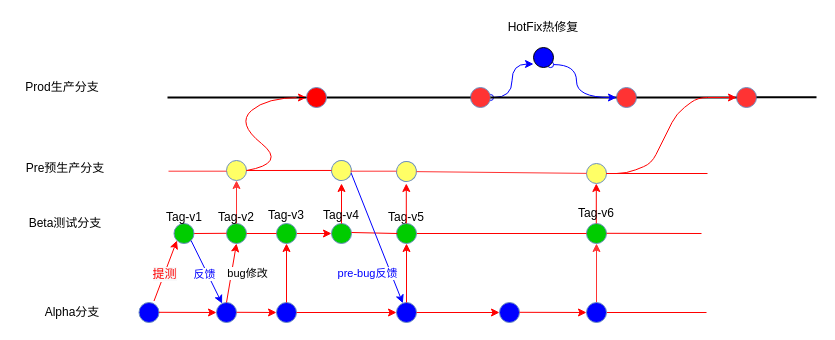
The draw.io diagram Untitled Diagram.drawio in Robbin-Liu/JavaSamples, before the edit. Source tidied: cells renumbered, new cells numbered last; positions are measured from the earlier drawing's top-left corner, leaving out a move shared by most shapes. Both pictures are drawn from the tidied source at 100%, with x=0, y=0 at pixel (17, 17).
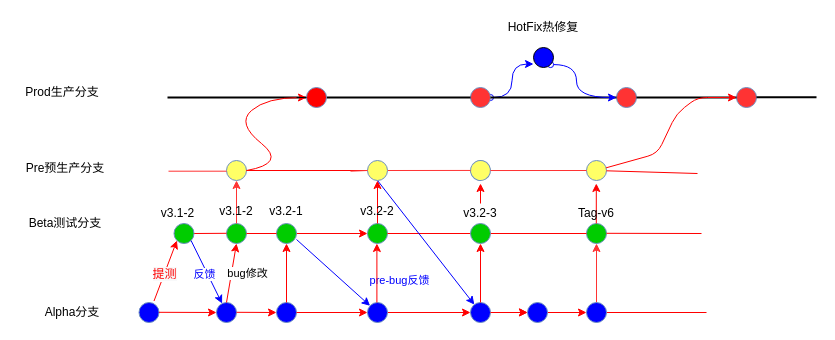
After the change.

The change refers to these unchanged cells:
```xml
<mxCell id="5" style="ellipse;whiteSpace=wrap;html=1;strokeColor=#6c8ebf;fillColor=#FF3333;" parent="1" vertex="1">
  <mxGeometry x="719" y="70" width="20" height="20" as="geometry" />
</mxCell>
<mxCell id="36" style="ellipse;whiteSpace=wrap;html=1;strokeColor=#6c8ebf;fillColor=#0000FF;" parent="1" vertex="1">
  <mxGeometry x="259" y="285" width="20" height="20" as="geometry" />
</mxCell>
<mxCell id="70" style="ellipse;whiteSpace=wrap;html=1;strokeColor=#6c8ebf;fillColor=#0000FF;" parent="1" vertex="1">
  <mxGeometry x="569" y="285" width="20" height="20" as="geometry" />
</mxCell>
```

Diff of the diagram source:
```diff
@@
-    <mxCell id="13" style="ellipse;whiteSpace=wrap;html=1;strokeColor=#6c8ebf;fillColor=#FFFF66;rotation=15;" parent="1" vertex="1">
-      <mxGeometry x="314" y="143" width="20" height="20" as="geometry" />
-    </mxCell>
@@
     <mxCell id="20" style="group;" parent="1" vertex="1">
-      <mxGeometry y="60" width="85" height="30" as="geometry" />
+      <mxGeometry y="65" width="85" height="30" as="geometry" />
     </mxCell>
@@
     <mxCell id="22" style="ellipse;whiteSpace=wrap;html=1;strokeColor=#6c8ebf;fillColor=#FFFF66;rotation=0;" parent="1" vertex="1">
-      <mxGeometry x="569" y="146" width="20" height="20" as="geometry" />
+      <mxGeometry x="569" y="143" width="20" height="20" as="geometry" />
     </mxCell>
-    <mxCell id="23" style="endArrow=none;html=1;strokeColor=#FF0000;strokeWidth=1;" parent="1" edge="1">
+    <mxCell id="23" style="endArrow=none;html=1;strokeColor=#FF0000;strokeWidth=1;" parent="1" edge="1" source="22">
       <mxGeometry relative="1" as="geometry">
-        <mxPoint x="589" y="156" as="sourcePoint" />
-        <mxPoint x="690" y="156" as="targetPoint" />
+        <mxPoint x="680" y="156" as="targetPoint" />
       </mxGeometry>
     </mxCell>
@@
     <mxCell id="25" style="ellipse;whiteSpace=wrap;html=1;strokeColor=#6c8ebf;fillColor=#00CC00;" parent="1" vertex="1">
-      <mxGeometry x="314" y="206" width="20" height="20" as="geometry" />
+      <mxGeometry x="350" y="206" width="20" height="20" as="geometry" />
     </mxCell>
@@
-    <mxCell id="27" style="endArrow=classic;html=1;strokeColor=#FF0000;strokeWidth=1;entryX=0;entryY=0.5;entryDx=0;entryDy=0;" parent="1" edge="1" target="5">
+    <mxCell id="27" style="endArrow=classic;html=1;strokeColor=#FF0000;strokeWidth=1;entryX=0;entryY=0.5;entryDx=0;entryDy=0;" parent="1" edge="1" source="22" target="5">
       <mxGeometry relative="1" as="geometry">
-        <mxPoint x="589" y="156" as="sourcePoint" />
         <Array as="points">
-          <mxPoint x="609" y="156" />
-          <mxPoint x="634" y="146" />
+          <mxPoint x="640" y="136" />
           <mxPoint x="659" y="96" />
           <mxPoint x="680" y="80" />
         </Array>
       </mxGeometry>
     </mxCell>
@@
-    <mxCell id="31" style="endArrow=classic;html=1;strokeColor=#FF0000;strokeWidth=1;entryX=0.5;entryY=1;entryDx=0;entryDy=0;" parent="1" edge="1">
+    <mxCell id="31" style="endArrow=classic;html=1;strokeColor=#FF0000;strokeWidth=1;entryX=0.5;entryY=1;entryDx=0;entryDy=0;exitX=0.5;exitY=0;exitDx=0;exitDy=0;" parent="1" edge="1" source="25">
       <mxGeometry relative="1" as="geometry">
-        <mxPoint x="324" y="206" as="sourcePoint" />
-        <mxPoint x="324" y="166" as="targetPoint" />
+        <mxPoint x="360" y="163" as="targetPoint" />
       </mxGeometry>
     </mxCell>
@@
     <mxCell id="37" style="ellipse;whiteSpace=wrap;html=1;strokeColor=#6c8ebf;fillColor=#0000FF;" parent="1" vertex="1">
-      <mxGeometry x="379" y="285" width="20" height="20" as="geometry" />
+      <mxGeometry x="453" y="285" width="20" height="20" as="geometry" />
     </mxCell>
-    <mxCell id="38" style="ellipse;whiteSpace=wrap;html=1;strokeColor=#6c8ebf;fillColor=#0000FF;" parent="1" vertex="1">
-      <mxGeometry x="482" y="285" width="20" height="20" as="geometry" />
-    </mxCell>
-    <mxCell id="39" style="endArrow=none;html=1;strokeColor=#FF0000;strokeWidth=1;" parent="1" edge="1" source="45">
-      <mxGeometry relative="1" as="geometry">
-        <mxPoint x="419" y="216" as="targetPoint" />
-      </mxGeometry>
+    <mxCell id="39" style="endArrow=none;html=1;strokeColor=#FF0000;strokeWidth=1;" parent="1" edge="1" source="45" target="25">
+      <mxGeometry relative="1" as="geometry" />
     </mxCell>
@@
-    <mxCell id="43" value="Tag-v5" style="text;html=1;strokeColor=none;fillColor=none;align=center;verticalAlign=middle;whiteSpace=wrap;rounded=0;" parent="1" vertex="1">
-      <mxGeometry x="369" y="190" width="40" height="20" as="geometry" />
-    </mxCell>
     <mxCell id="44" style="ellipse;whiteSpace=wrap;html=1;strokeColor=#6c8ebf;fillColor=#FFFF66;rotation=15;" parent="1" vertex="1">
-      <mxGeometry x="379" y="144" width="20" height="20" as="geometry" />
+      <mxGeometry x="453" y="143" width="20" height="20" as="geometry" />
     </mxCell>
     <mxCell id="45" style="ellipse;whiteSpace=wrap;html=1;strokeColor=#6c8ebf;fillColor=#00CC00;" parent="1" vertex="1">
-      <mxGeometry x="379" y="206" width="20" height="20" as="geometry" />
+      <mxGeometry x="453" y="206" width="20" height="20" as="geometry" />
     </mxCell>
-    <mxCell id="46" style="endArrow=none;html=1;strokeColor=#FF0000;strokeWidth=1;" parent="1" edge="1">
-      <mxGeometry relative="1" as="geometry">
-        <mxPoint x="334" y="215" as="sourcePoint" />
-        <mxPoint x="380" y="216" as="targetPoint" />
-      </mxGeometry>
-    </mxCell>
-    <mxCell id="47" style="endArrow=classic;html=1;strokeColor=#FF0000;strokeWidth=1;entryX=0.5;entryY=1;entryDx=0;entryDy=0;" parent="1" edge="1">
+    <mxCell id="47" style="endArrow=classic;html=1;strokeColor=#FF0000;strokeWidth=1;" parent="1" edge="1" source="43">
       <mxGeometry relative="1" as="geometry">
-        <mxPoint x="388.8" y="206" as="sourcePoint" />
-        <mxPoint x="388.8" y="166" as="targetPoint" />
+        <mxPoint x="463" y="166" as="targetPoint" />
       </mxGeometry>
     </mxCell>
@@
-    <mxCell id="57" style="endArrow=classic;html=1;strokeColor=#FF0000;strokeWidth=1;entryX=0;entryY=0.5;entryDx=0;entryDy=0;exitX=1;exitY=0.5;exitDx=0;exitDy=0;endFill=1;" parent="1" edge="1" source="36" target="37">
+    <mxCell id="57" style="endArrow=classic;html=1;strokeColor=#FF0000;strokeWidth=1;entryX=0;entryY=0.5;entryDx=0;entryDy=0;exitX=1;exitY=0.5;exitDx=0;exitDy=0;endFill=1;" parent="1" edge="1" source="85" target="37">
       <mxGeometry relative="1" as="geometry" />
     </mxCell>
@@
-    <mxCell id="59" style="endArrow=classic;html=1;strokeColor=#FF0000;strokeWidth=1;entryX=0;entryY=0.5;entryDx=0;entryDy=0;endFill=1;" parent="1" edge="1" target="70">
-      <mxGeometry relative="1" as="geometry">
-        <mxPoint x="502" y="294.8" as="sourcePoint" />
-      </mxGeometry>
+    <mxCell id="59" style="endArrow=classic;html=1;strokeColor=#FF0000;strokeWidth=1;entryX=0;entryY=0.5;entryDx=0;entryDy=0;endFill=1;" parent="1" edge="1" source="38" target="70">
+      <mxGeometry relative="1" as="geometry" />
     </mxCell>
@@
-    <mxCell id="62" value="Tag-v4" style="text;html=1;strokeColor=none;fillColor=none;align=center;verticalAlign=middle;whiteSpace=wrap;rounded=0;" parent="1" vertex="1">
-      <mxGeometry x="304" y="190" width="40" height="16" as="geometry" />
+    <mxCell id="62" value="v3.2-2" style="text;html=1;strokeColor=none;fillColor=none;align=center;verticalAlign=middle;whiteSpace=wrap;rounded=0;" parent="1" vertex="1">
+      <mxGeometry x="340" y="186" width="40" height="16" as="geometry" />
     </mxCell>
-    <mxCell id="63" style="endArrow=none;html=1;strokeColor=#FF0000;strokeWidth=1;" parent="1" edge="1" source="25" target="62">
-      <mxGeometry relative="1" as="geometry" />
-    </mxCell>
@@
-    <mxCell id="72" value="Tag-v1" style="text;html=1;strokeColor=none;fillColor=none;align=center;verticalAlign=middle;whiteSpace=wrap;rounded=0;" parent="1" vertex="1">
-      <mxGeometry x="146.5" y="190" width="40" height="20" as="geometry" />
+    <mxCell id="72" value="v3.1-2" style="text;html=1;strokeColor=none;fillColor=none;align=center;verticalAlign=middle;whiteSpace=wrap;rounded=0;" parent="1" vertex="1">
+      <mxGeometry x="121.5" y="186" width="76.5" height="20" as="geometry" />
     </mxCell>
@@
-    <mxCell id="75" style="endArrow=none;html=1;strokeColor=#FF3333;strokeWidth=1;" parent="1" edge="1">
-      <mxGeometry relative="1" as="geometry">
-        <mxPoint x="333" y="153.7" as="sourcePoint" />
-        <mxPoint x="379" y="153.7" as="targetPoint" />
-      </mxGeometry>
+    <mxCell id="75" style="endArrow=none;html=1;strokeColor=#FF3333;strokeWidth=1;" parent="1" edge="1" source="13" target="44">
+      <mxGeometry relative="1" as="geometry" />
     </mxCell>
@@
-    <mxCell id="80" value="Tag-v2" style="text;html=1;strokeColor=none;fillColor=none;align=center;verticalAlign=middle;whiteSpace=wrap;rounded=0;" parent="1" vertex="1">
-      <mxGeometry x="199" y="190" width="40" height="20" as="geometry" />
+    <mxCell id="80" value="v3.1-2" style="text;html=1;strokeColor=none;fillColor=none;align=center;verticalAlign=middle;whiteSpace=wrap;rounded=0;" parent="1" vertex="1">
+      <mxGeometry x="199" y="184" width="40" height="20" as="geometry" />
     </mxCell>
-    <mxCell id="81" value="Tag-v3" style="text;html=1;strokeColor=none;fillColor=none;align=center;verticalAlign=middle;whiteSpace=wrap;rounded=0;" parent="1" vertex="1">
-      <mxGeometry x="249" y="188" width="40" height="20" as="geometry" />
+    <mxCell id="81" value="v3.2-1" style="text;html=1;strokeColor=none;fillColor=none;align=center;verticalAlign=middle;whiteSpace=wrap;rounded=0;" parent="1" vertex="1">
+      <mxGeometry x="249" y="184" width="40" height="20" as="geometry" />
     </mxCell>
+    <mxCell id="38" style="ellipse;whiteSpace=wrap;html=1;strokeColor=#6c8ebf;fillColor=#0000FF;" parent="1" vertex="1">
+      <mxGeometry x="510" y="285" width="20" height="20" as="geometry" />
+    </mxCell>
+    <mxCell id="82" style="endArrow=classic;html=1;strokeColor=#FF0000;strokeWidth=1;entryX=0;entryY=0.5;entryDx=0;entryDy=0;endFill=1;" parent="1" edge="1" target="38">
+      <mxGeometry relative="1" as="geometry">
+        <mxPoint x="502" y="294.8" as="sourcePoint" />
+      </mxGeometry>
+    </mxCell>
+    <mxCell id="43" value="v3.2-3" style="text;html=1;strokeColor=none;fillColor=none;align=center;verticalAlign=middle;whiteSpace=wrap;rounded=0;" parent="1" vertex="1">
+      <mxGeometry x="443" y="186" width="40" height="20" as="geometry" />
+    </mxCell>
+    <mxCell id="83" style="endArrow=classic;html=1;strokeColor=#FF0000;strokeWidth=1;" parent="1" edge="1" target="43">
+      <mxGeometry relative="1" as="geometry">
+        <mxPoint x="462.7" y="206" as="sourcePoint" />
+      </mxGeometry>
+    </mxCell>
+    <mxCell id="13" style="ellipse;whiteSpace=wrap;html=1;strokeColor=#6c8ebf;fillColor=#FFFF66;rotation=0;direction=south;" parent="1" vertex="1">
+      <mxGeometry x="350" y="143" width="20" height="20" as="geometry" />
+    </mxCell>
+    <mxCell id="84" style="endArrow=none;html=1;strokeColor=#FF3333;strokeWidth=1;" parent="1" edge="1" target="13">
+      <mxGeometry relative="1" as="geometry">
+        <mxPoint x="333" y="153.7" as="sourcePoint" />
+      </mxGeometry>
+    </mxCell>
+    <mxCell id="85" style="ellipse;whiteSpace=wrap;html=1;strokeColor=#6c8ebf;fillColor=#0000FF;" parent="1" vertex="1">
+      <mxGeometry x="350" y="285" width="20" height="20" as="geometry" />
+    </mxCell>
+    <mxCell id="86" style="endArrow=classic;html=1;strokeColor=#FF0000;strokeWidth=1;entryX=0;entryY=0.5;entryDx=0;entryDy=0;exitX=1;exitY=0.5;exitDx=0;exitDy=0;endFill=1;" parent="1" edge="1" source="36" target="85">
+      <mxGeometry relative="1" as="geometry" />
+    </mxCell>
+    <mxCell id="87" style="endArrow=classic;html=1;strokeWidth=1;exitX=1;exitY=1;exitDx=0;exitDy=0;strokeColor=#0000FF;" parent="1" edge="1" target="85">
+      <mxGeometry relative="1" as="geometry">
+        <mxPoint x="279" y="222" as="sourcePoint" />
+      </mxGeometry>
+    </mxCell>
+    <mxCell id="88" style="endArrow=classic;html=1;strokeColor=#FF0000;strokeWidth=1;entryX=0.5;entryY=1;entryDx=0;entryDy=0;exitX=0.5;exitY=0;exitDx=0;exitDy=0;" parent="1" edge="1">
+      <mxGeometry relative="1" as="geometry">
+        <mxPoint x="359.4" y="285" as="sourcePoint" />
+        <mxPoint x="359.4" y="226" as="targetPoint" />
+      </mxGeometry>
+    </mxCell>
```
